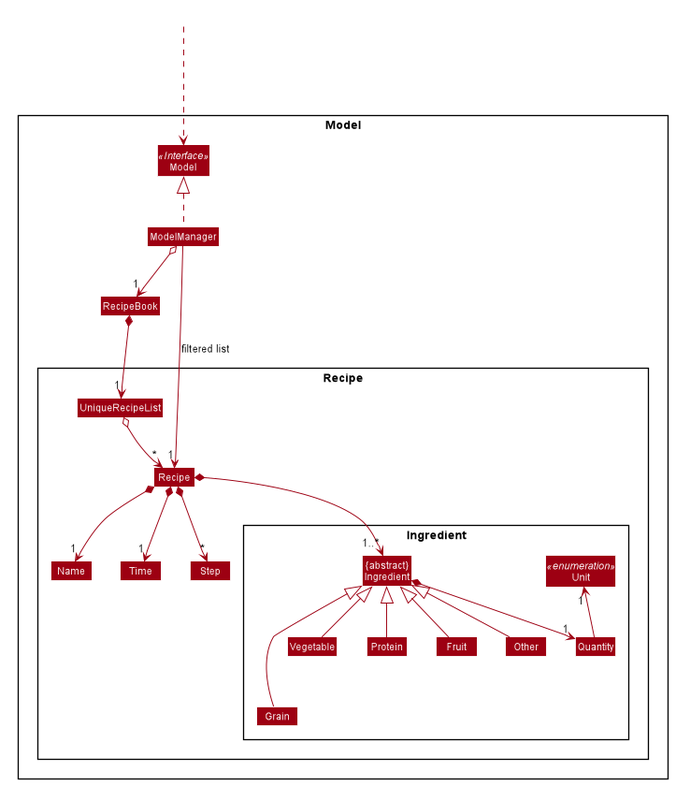
This is docs/images/ModelRecipeClassDiagram.png from nus-cs2103-AY1920S2/addressbook-level3, a PlantUML export, as it was before one commit. Its source is kept beside it as docs/diagrams/ModelRecipeClassDiagram.puml.
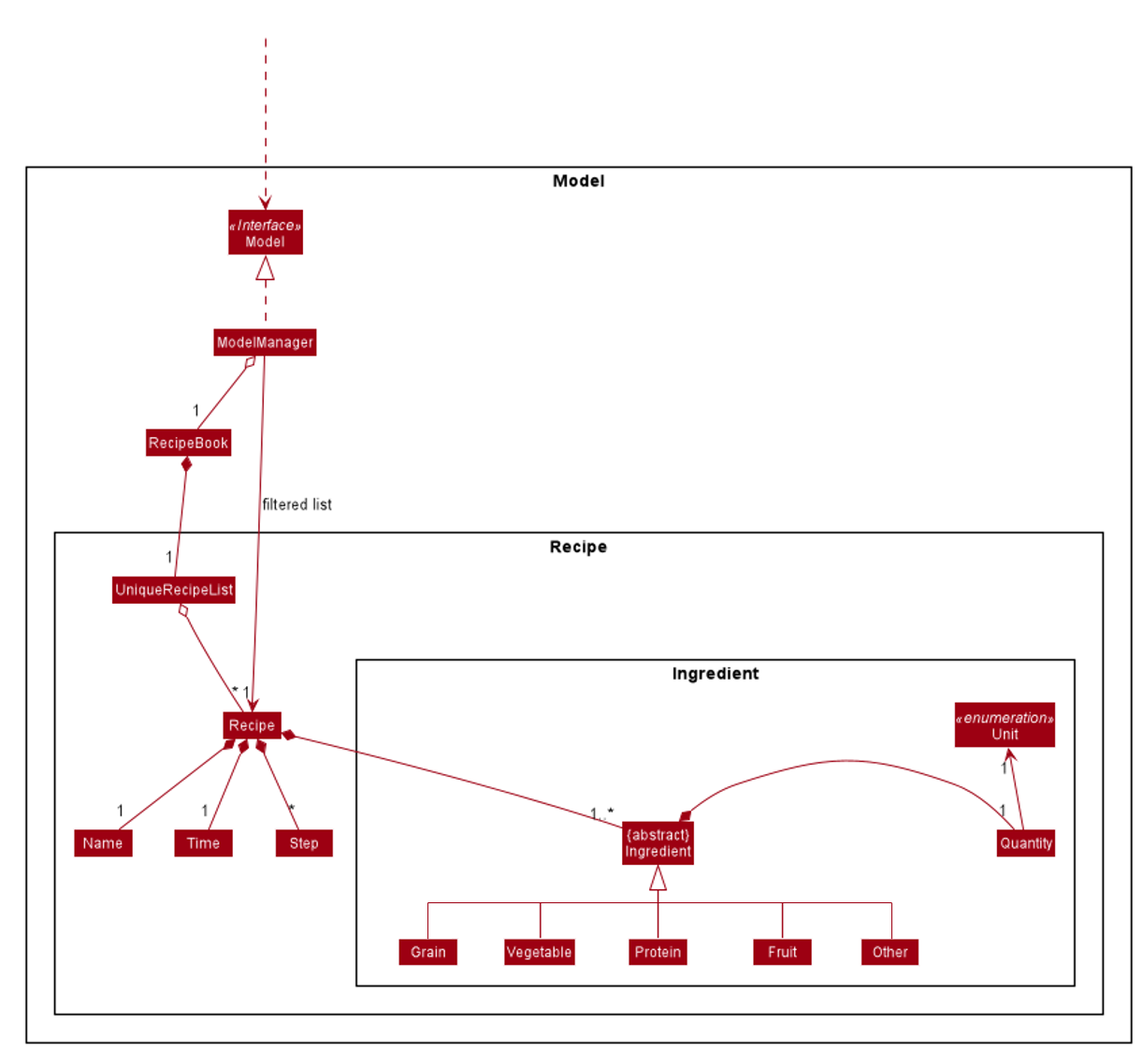
Later version of the same file.

The edit, as a diff of the source:
```diff
@@ -20,7 +20,7 @@
 Class Step
 Class UniqueRecipeList
 
-Package Ingredient {
+Package Ingredient <<Rectangle>> {
 Class "{abstract}\nIngredient" as Ingredient
 Class Grain
 Class Vegetable
@@ -29,28 +29,40 @@
 Class Other
 Class Quantity
 Enum Unit <<enumeration>>
+
+Class HiddenOne #FFFFFF
+Class HiddenTwo #FFFFFF
+Class HiddenThree #FFFFFF
+Class HiddenFour #FFFFFF
 }
 }
 
 HiddenOutside ...> Model
-ModelManager o--> "1" RecipeBook
+ModelManager o-- "1" RecipeBook
 ModelManager .up.|> Model
 ModelManager --> "1" Recipe : filtered list
 
-RecipeBook *--> "1" UniqueRecipeList
-UniqueRecipeList o--> "*" Recipe
-Recipe *--> "1" Name
-Recipe *--> "1" Time
-Recipe *--> "*" Step
-Recipe *--> "1..*" Ingredient
+RecipeBook *-- "1" UniqueRecipeList
+UniqueRecipeList o-- "*" Recipe
+Recipe *-- "1" Name
+Recipe *-- "1" Time
+Recipe *-- "*" Step
+Recipe *-- "1..*" Ingredient
 
-Ingredient <|--- Grain
-Ingredient <|-- Vegetable
+HiddenOne -down- Grain
+HiddenTwo -down- Vegetable
 Ingredient <|-- Protein
-Ingredient <|-- Fruit
-Ingredient <|-- Other
+HiddenThree -down- Fruit
+HiddenFour -down- Other
 
-Ingredient *--> "1" Quantity
+
+Grain -[hidden]right-> Vegetable
+Vegetable -[hidden]right-> Protein
+Protein -[hidden]right-> Fruit
+Fruit -[hidden]right-> Other
+
+
+Ingredient *-right- "1" Quantity
 Quantity -up-> "1" Unit
 Name -[hidden]right-> Time
 Time -[hidden]right-> Step
```
